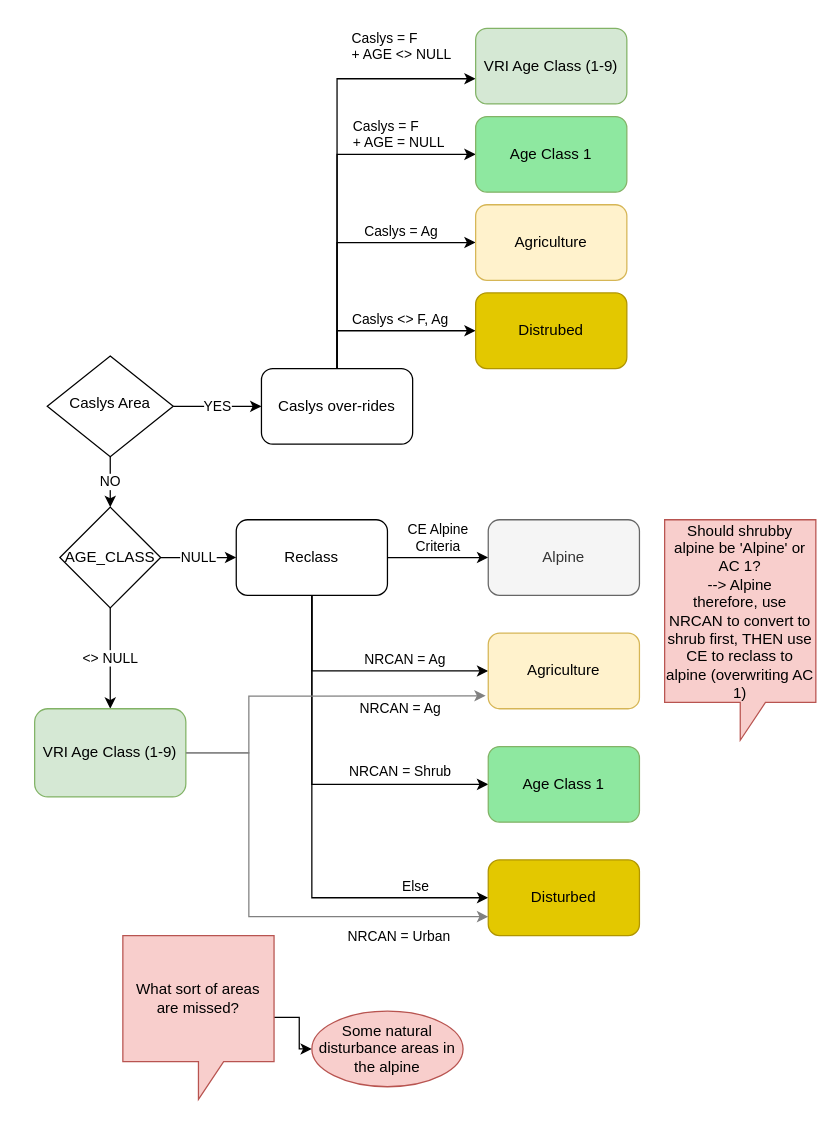
The draw.io diagram Untitled Diagram.drawio in rustyjux/rustyjux, before the edit. Source tidied: cells renumbered, new cells numbered last; positions are measured from the earlier drawing's top-left corner, leaving out a move shared by most shapes. Both pictures are drawn from the tidied source at 126%, with x=0, y=0 at pixel (34, 28).
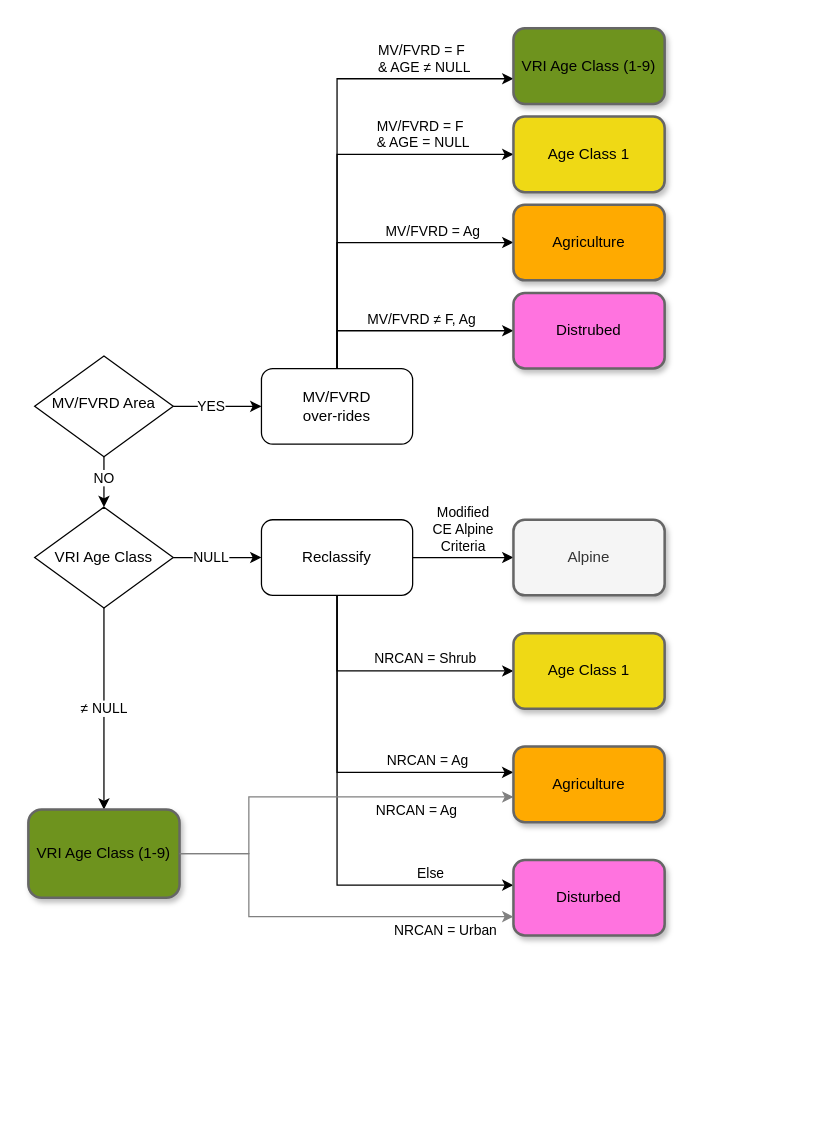
The same page after the edit.

Change to the diagram source:
```diff
@@
-    <mxCell id="2" value="CE Alpine&lt;br&gt;Criteria" style="edgeStyle=orthogonalEdgeStyle;rounded=0;jettySize=auto;html=1;verticalAlign=bottom;" parent="1" edge="1" source="6" target="7">
+    <mxCell id="2" value="Modified&lt;br&gt;CE Alpine&lt;br&gt;Criteria" style="edgeStyle=orthogonalEdgeStyle;rounded=0;jettySize=auto;html=1;verticalAlign=bottom;" parent="1" edge="1" source="6" target="7">
       <mxGeometry relative="1" as="geometry" />
     </mxCell>
-    <mxCell id="3" value="NRCAN = Ag" style="edgeStyle=orthogonalEdgeStyle;rounded=0;jettySize=auto;html=1;labelPosition=right;verticalLabelPosition=top;align=left;verticalAlign=bottom;entryX=0;entryY=0.5;entryDx=0;entryDy=0;" parent="1" edge="1" source="6" target="24">
-      <mxGeometry relative="1" as="geometry">
+    <mxCell id="3" value="NRCAN = Ag" style="edgeStyle=orthogonalEdgeStyle;rounded=0;jettySize=auto;html=1;labelPosition=right;verticalLabelPosition=top;align=left;verticalAlign=bottom;entryX=-0.001;entryY=0.341;entryDx=0;entryDy=0;entryPerimeter=0;" parent="1" edge="1" source="6" target="24">
+      <mxGeometry x="0.28" relative="1" as="geometry">
         <Array as="points">
-          <mxPoint x="220" y="510" />
+          <mxPoint x="240" y="590" />
+          <mxPoint x="380" y="590" />
         </Array>
       </mxGeometry>
     </mxCell>
     <mxCell id="4" value="NRCAN = Shrub" style="edgeStyle=orthogonalEdgeStyle;rounded=0;jettySize=auto;html=1;" parent="1" edge="1" source="6" target="8">
-      <mxGeometry x="0.52" y="10" relative="1" as="geometry">
+      <mxGeometry x="0.3" y="10" relative="1" as="geometry">
         <Array as="points">
-          <mxPoint x="220" y="600" />
+          <mxPoint x="240" y="510" />
         </Array>
       </mxGeometry>
     </mxCell>
     <mxCell id="5" value="Else" style="edgeStyle=orthogonalEdgeStyle;rounded=0;jettySize=auto;html=1;labelPosition=right;verticalLabelPosition=top;align=left;verticalAlign=bottom;" parent="1" edge="1" source="6" target="25">
-      <mxGeometry x="0.63" relative="1" as="geometry">
+      <mxGeometry x="0.58" relative="1" as="geometry">
         <Array as="points">
-          <mxPoint x="220" y="690" />
+          <mxPoint x="240" y="680" />
         </Array>
       </mxGeometry>
     </mxCell>
-    <mxCell id="6" value="Reclass" style="whiteSpace=wrap;html=1;rounded=1;" parent="1" vertex="1">
-      <mxGeometry x="160" y="390" width="120" height="60" as="geometry" />
+    <mxCell id="6" value="Reclassify" style="whiteSpace=wrap;html=1;rounded=1;" parent="1" vertex="1">
+      <mxGeometry x="180" y="390" width="120" height="60" as="geometry" />
     </mxCell>
-    <mxCell id="7" value="Alpine" style="whiteSpace=wrap;html=1;rounded=1;fillColor=#f5f5f5;fontColor=#333333;strokeColor=#666666;" parent="1" vertex="1">
-      <mxGeometry x="360" y="390" width="120" height="60" as="geometry" />
+    <mxCell id="7" value="Alpine" style="whiteSpace=wrap;html=1;rounded=1;fillColor=#f5f5f5;fontColor=#333333;strokeColor=#666666;shadow=1;strokeWidth=2;" parent="1" vertex="1">
+      <mxGeometry x="380" y="390" width="120" height="60" as="geometry" />
     </mxCell>
-    <mxCell id="8" value="Age Class 1" style="whiteSpace=wrap;html=1;rounded=1;fillColor=#8EE8A0;strokeColor=#82b366;" parent="1" vertex="1">
-      <mxGeometry x="360" y="570" width="120" height="60" as="geometry" />
+    <mxCell id="8" value="Age Class 1" style="whiteSpace=wrap;html=1;rounded=1;fillColor=#efd915;strokeColor=#666666;shadow=1;strokeWidth=2;" parent="1" vertex="1">
+      <mxGeometry x="380" y="480" width="120" height="60" as="geometry" />
     </mxCell>
-    <mxCell id="9" value="Caslys = Ag" style="edgeStyle=orthogonalEdgeStyle;rounded=0;jettySize=auto;html=1;verticalAlign=bottom;labelPosition=right;verticalLabelPosition=top;align=left;" parent="1" edge="1" source="12" target="13">
+    <mxCell id="9" value="MV/FVRD = Ag" style="edgeStyle=orthogonalEdgeStyle;rounded=0;jettySize=auto;html=1;verticalAlign=bottom;labelPosition=right;verticalLabelPosition=top;align=left;" parent="1" edge="1" source="12" target="13">
       <mxGeometry x="0.14" relative="1" as="geometry">
         <Array as="points">
           <mxPoint x="240" y="170" />
         </Array>
       </mxGeometry>
     </mxCell>
-    <mxCell id="10" value="Caslys = F&lt;br&gt;+ AGE &amp;lt;&amp;gt; NULL" style="edgeStyle=orthogonalEdgeStyle;rounded=0;jettySize=auto;html=1;verticalAlign=bottom;labelPosition=right;verticalLabelPosition=top;align=left;" parent="1" edge="1" source="12" target="14">
-      <mxGeometry x="0.41" y="10" relative="1" as="geometry">
+    <mxCell id="10" value="MV/FVRD = F&lt;br&gt;&amp;amp; AGE ≠ NULL" style="edgeStyle=orthogonalEdgeStyle;rounded=0;jettySize=auto;html=1;verticalAlign=bottom;labelPosition=right;verticalLabelPosition=top;align=left;" parent="1" edge="1" source="12" target="14">
+      <mxGeometry x="0.41" relative="1" as="geometry">
         <Array as="points">
           <mxPoint x="240" y="40" />
         </Array>
       </mxGeometry>
     </mxCell>
-    <mxCell id="11" value="Caslys &amp;lt;&amp;gt; F, Ag" style="edgeStyle=orthogonalEdgeStyle;rounded=0;jettySize=auto;html=1;verticalAlign=bottom;" parent="1" edge="1" source="12" target="32">
+    <mxCell id="11" value="MV/FVRD&amp;nbsp;&lt;span style=&quot;text-align: left;&quot;&gt;≠&lt;/span&gt;&amp;nbsp;F, Ag" style="edgeStyle=orthogonalEdgeStyle;rounded=0;jettySize=auto;html=1;verticalAlign=bottom;" parent="1" edge="1" source="12" target="32">
       <mxGeometry x="0.14" relative="1" as="geometry">
         <Array as="points">
           <mxPoint x="240" y="240" />
         </Array>
       </mxGeometry>
     </mxCell>
-    <mxCell id="12" value="Caslys over-rides" style="whiteSpace=wrap;html=1;rounded=1;" parent="1" vertex="1">
+    <mxCell id="12" value="MV/FVRD &lt;br&gt;over-rides" style="whiteSpace=wrap;html=1;rounded=1;" parent="1" vertex="1">
       <mxGeometry x="180" y="270" width="120" height="60" as="geometry" />
     </mxCell>
-    <mxCell id="13" value="Agriculture" style="whiteSpace=wrap;html=1;rounded=1;labelBackgroundColor=none;fillColor=#fff2cc;strokeColor=#d6b656;" parent="1" vertex="1">
-      <mxGeometry x="350" y="140" width="120" height="60" as="geometry" />
+    <mxCell id="13" value="Agriculture" style="whiteSpace=wrap;html=1;rounded=1;labelBackgroundColor=none;fillColor=#ffaa00;strokeColor=#666666;shadow=1;strokeWidth=2;" parent="1" vertex="1">
+      <mxGeometry x="380" y="140" width="120" height="60" as="geometry" />
     </mxCell>
-    <mxCell id="14" value="VRI Age Class (1-9)" style="whiteSpace=wrap;html=1;rounded=1;fillColor=#d5e8d4;strokeColor=#82b366;" parent="1" vertex="1">
-      <mxGeometry x="350" width="120" height="60" as="geometry" />
+    <mxCell id="14" value="VRI Age Class (1-9)" style="whiteSpace=wrap;html=1;rounded=1;fillColor=#6e931e;strokeColor=#666666;shadow=1;strokeWidth=2;" parent="1" vertex="1">
+      <mxGeometry x="380" width="120" height="60" as="geometry" />
     </mxCell>
     <mxCell id="15" value="NO" style="edgeStyle=orthogonalEdgeStyle;rounded=0;jettySize=auto;html=1;" parent="1" edge="1" source="17" target="20">
-      <mxGeometry relative="1" as="geometry" />
+      <mxGeometry x="-0.15" relative="1" as="geometry">
+        <Array as="points">
+          <mxPoint x="55" y="360" />
+          <mxPoint x="55" y="360" />
+        </Array>
+      </mxGeometry>
     </mxCell>
     <mxCell id="16" value="YES" style="edgeStyle=orthogonalEdgeStyle;rounded=0;jettySize=auto;html=1;" parent="1" edge="1" source="17">
-      <mxGeometry relative="1" as="geometry">
+      <mxGeometry x="-0.14" relative="1" as="geometry">
         <mxPoint x="180" y="300" as="targetPoint" />
       </mxGeometry>
     </mxCell>
-    <mxCell id="17" value="Caslys Area" style="rhombus;whiteSpace=wrap;html=1;shadow=0;fontFamily=Helvetica;fontSize=12;align=center;strokeWidth=1;spacing=6;spacingTop=-4;" parent="1" vertex="1">
-      <mxGeometry x="10" y="260" width="100" height="80" as="geometry" />
+    <mxCell id="17" value="MV/FVRD Area" style="rhombus;whiteSpace=wrap;html=1;shadow=0;fontFamily=Helvetica;fontSize=12;align=center;strokeWidth=1;spacing=6;spacingTop=-4;" parent="1" vertex="1">
+      <mxGeometry y="260" width="110" height="80" as="geometry" />
     </mxCell>
     <mxCell id="18" value="NULL" style="edgeStyle=orthogonalEdgeStyle;rounded=0;jettySize=auto;html=1;" parent="1" edge="1" source="20" target="6">
-      <mxGeometry relative="1" as="geometry" />
+      <mxGeometry x="-0.14" relative="1" as="geometry" />
     </mxCell>
-    <mxCell id="19" value="&amp;lt;&amp;gt; NULL" style="edgeStyle=orthogonalEdgeStyle;rounded=0;jettySize=auto;html=1;" parent="1" edge="1" source="20" target="23">
+    <mxCell id="19" value=" ≠ NULL" style="edgeStyle=orthogonalEdgeStyle;rounded=0;jettySize=auto;html=1;" parent="1" edge="1" source="20" target="23">
       <mxGeometry relative="1" as="geometry" />
     </mxCell>
-    <mxCell id="20" value="AGE_CLASS" style="rhombus;whiteSpace=wrap;html=1;labelBackgroundColor=none;" parent="1" vertex="1">
-      <mxGeometry x="20" y="380" width="80" height="80" as="geometry" />
+    <mxCell id="20" value="VRI Age Class" style="rhombus;whiteSpace=wrap;html=1;labelBackgroundColor=none;" parent="1" vertex="1">
+      <mxGeometry y="380" width="110" height="80" as="geometry" />
     </mxCell>
-    <mxCell id="21" style="edgeStyle=orthogonalEdgeStyle;rounded=0;jettySize=auto;html=1;entryX=-0.017;entryY=0.828;entryDx=0;entryDy=0;entryPerimeter=0;strokeColor=#808080;" parent="1" edge="1" source="23" target="24">
+    <mxCell id="21" style="edgeStyle=orthogonalEdgeStyle;rounded=0;jettySize=auto;html=1;entryX=0;entryY=0.667;entryDx=0;entryDy=0;entryPerimeter=0;strokeColor=#808080;exitX=1;exitY=0.5;exitDx=0;exitDy=0;" parent="1" edge="1" source="23" target="24">
       <mxGeometry relative="1" as="geometry">
         <Array as="points">
-          <mxPoint x="170" y="575" />
-          <mxPoint x="170" y="530" />
-          <mxPoint x="220" y="530" />
+          <mxPoint x="170" y="655" />
+          <mxPoint x="170" y="610" />
         </Array>
       </mxGeometry>
     </mxCell>
@@
-    <mxCell id="23" value="VRI Age Class (1-9)" style="whiteSpace=wrap;html=1;rounded=1;fillColor=#d5e8d4;strokeColor=#82b366;" parent="1" vertex="1">
-      <mxGeometry y="540" width="120" height="70" as="geometry" />
+    <mxCell id="23" value="VRI Age Class (1-9)" style="whiteSpace=wrap;html=1;rounded=1;fillColor=#6e931e;strokeColor=#666666;shadow=1;strokeWidth=2;" parent="1" vertex="1">
+      <mxGeometry x="-5" y="620" width="120" height="70" as="geometry" />
     </mxCell>
-    <mxCell id="24" value="Agriculture" style="whiteSpace=wrap;html=1;rounded=1;labelBackgroundColor=none;fillColor=#fff2cc;strokeColor=#d6b656;" parent="1" vertex="1">
-      <mxGeometry x="360" y="480" width="120" height="60" as="geometry" />
+    <mxCell id="24" value="Agriculture" style="whiteSpace=wrap;html=1;rounded=1;labelBackgroundColor=none;fillColor=#ffaa00;strokeColor=#666666;shadow=1;strokeWidth=2;" parent="1" vertex="1">
+      <mxGeometry x="380" y="570" width="120" height="60" as="geometry" />
     </mxCell>
-    <mxCell id="25" value="Disturbed" style="whiteSpace=wrap;html=1;rounded=1;fillColor=#e3c800;strokeColor=#B09500;fontColor=#000000;" parent="1" vertex="1">
-      <mxGeometry x="360" y="660" width="120" height="60" as="geometry" />
+    <mxCell id="25" value="Disturbed" style="whiteSpace=wrap;html=1;rounded=1;fillColor=#ff73df;strokeColor=#666666;fontColor=#000000;shadow=1;strokeWidth=2;" parent="1" vertex="1">
+      <mxGeometry x="380" y="660" width="120" height="60" as="geometry" />
     </mxCell>
-    <mxCell id="26" value="&lt;span style=&quot;color: rgb(0, 0, 0); font-family: Helvetica; font-size: 12px; font-style: normal; font-variant-ligatures: normal; font-variant-caps: normal; font-weight: 400; letter-spacing: normal; orphans: 2; text-align: center; text-indent: 0px; text-transform: none; widows: 2; word-spacing: 0px; -webkit-text-stroke-width: 0px; text-decoration-thickness: initial; text-decoration-style: initial; text-decoration-color: initial; float: none; display: inline !important;&quot;&gt;Should shrubby alpine be 'Alpine' or AC 1?&lt;br&gt;--&amp;gt; Alpine&lt;br&gt;therefore, use NRCAN to convert to shrub first, THEN use CE to reclass to alpine (overwriting AC 1)&lt;br&gt;&lt;/span&gt;" style="shape=callout;whiteSpace=wrap;html=1;perimeter=calloutPerimeter;labelBackgroundColor=none;fillColor=#f8cecc;strokeColor=#b85450;" parent="1" vertex="1">
-      <mxGeometry x="500" y="390" width="120" height="175" as="geometry" />
-    </mxCell>
-    <mxCell id="27" style="edgeStyle=orthogonalEdgeStyle;rounded=0;jettySize=auto;html=1;" parent="1" edge="1" source="28" target="29">
-      <mxGeometry relative="1" as="geometry" />
-    </mxCell>
-    <mxCell id="28" value="What sort of areas are missed?" style="shape=callout;whiteSpace=wrap;html=1;perimeter=calloutPerimeter;labelBackgroundColor=none;fillColor=#f8cecc;strokeColor=#b85450;" parent="1" vertex="1">
-      <mxGeometry x="70" y="720" width="120" height="130" as="geometry" />
-    </mxCell>
-    <mxCell id="29" value="Some natural disturbance areas in the alpine" style="ellipse;whiteSpace=wrap;html=1;fillColor=#f8cecc;strokeColor=#b85450;labelBackgroundColor=none;" parent="1" vertex="1">
-      <mxGeometry x="220" y="780" width="120" height="60" as="geometry" />
-    </mxCell>
-    <mxCell id="30" value="Caslys = F&lt;br&gt;+ AGE = NULL" style="edgeStyle=orthogonalEdgeStyle;rounded=0;jettySize=auto;html=1;verticalAlign=bottom;labelPosition=right;verticalLabelPosition=top;align=left;" parent="1" edge="1" target="31">
+    <mxCell id="30" value="MV/FVRD = F&lt;br&gt;&amp;amp; AGE = NULL" style="edgeStyle=orthogonalEdgeStyle;rounded=0;jettySize=auto;html=1;verticalAlign=bottom;labelPosition=right;verticalLabelPosition=top;align=left;" parent="1" edge="1" target="31">
       <mxGeometry x="0.29" relative="1" as="geometry">
         <mxPoint x="240" y="270" as="sourcePoint" />
         <Array as="points">
           <mxPoint x="240" y="100" />
         </Array>
       </mxGeometry>
     </mxCell>
-    <mxCell id="31" value="Age Class 1" style="whiteSpace=wrap;html=1;rounded=1;fillColor=#8EE8A0;strokeColor=#82b366;" parent="1" vertex="1">
-      <mxGeometry x="350" y="70" width="120" height="60" as="geometry" />
+    <mxCell id="31" value="Age Class 1" style="whiteSpace=wrap;html=1;rounded=1;fillColor=#efd915;strokeColor=#666666;shadow=1;strokeWidth=2;" parent="1" vertex="1">
+      <mxGeometry x="380" y="70" width="120" height="60" as="geometry" />
     </mxCell>
-    <mxCell id="32" value="Distrubed" style="whiteSpace=wrap;html=1;rounded=1;fillColor=#e3c800;strokeColor=#B09500;fontColor=#000000;" parent="1" vertex="1">
-      <mxGeometry x="350" y="210" width="120" height="60" as="geometry" />
+    <mxCell id="32" value="Distrubed" style="whiteSpace=wrap;html=1;rounded=1;fillColor=#ff73df;strokeColor=#666666;fontColor=#000000;shadow=1;strokeWidth=2;" parent="1" vertex="1">
+      <mxGeometry x="380" y="210" width="120" height="60" as="geometry" />
     </mxCell>
-    <mxCell id="33" style="edgeStyle=orthogonalEdgeStyle;rounded=0;jettySize=auto;html=1;strokeColor=#808080;entryX=0;entryY=0.75;entryDx=0;entryDy=0;" parent="1" edge="1" source="23" target="25">
+    <mxCell id="33" style="edgeStyle=orthogonalEdgeStyle;rounded=0;jettySize=auto;html=1;strokeColor=#808080;entryX=0;entryY=0.75;entryDx=0;entryDy=0;exitX=1;exitY=0.5;exitDx=0;exitDy=0;" parent="1" edge="1" source="23" target="25">
       <mxGeometry relative="1" as="geometry">
         <Array as="points">
-          <mxPoint x="170" y="575" />
+          <mxPoint x="170" y="655" />
           <mxPoint x="170" y="705" />
         </Array>
       </mxGeometry>
     </mxCell>
     <mxCell id="34" value="NRCAN = Urban" style="edgeLabel;html=1;align=center;verticalAlign=middle;" parent="33" vertex="1">
       <mxGeometry x="0.61" y="2" relative="1" as="geometry">
-        <mxPoint y="17" as="offset" />
+        <mxPoint x="6" y="12" as="offset" />
       </mxGeometry>
     </mxCell>
```
